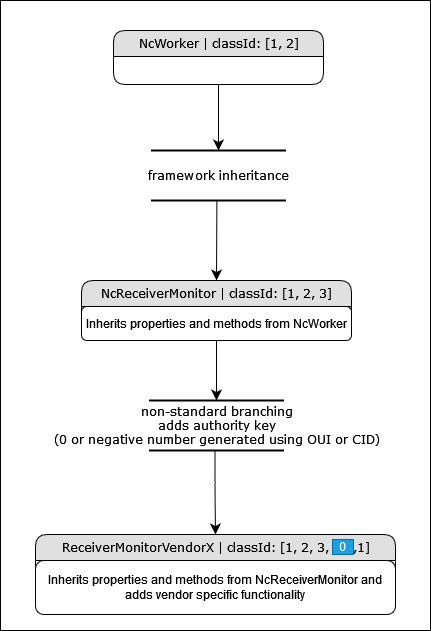
Before: docs/images/non-standard-branching.png, a diagram exported from draw.io (AMWA-TV/info-006). Source tidied: cells renumbered, new cells last; positions are measured from the earlier drawing's top-left corner, leaving out a move shared by most shapes.
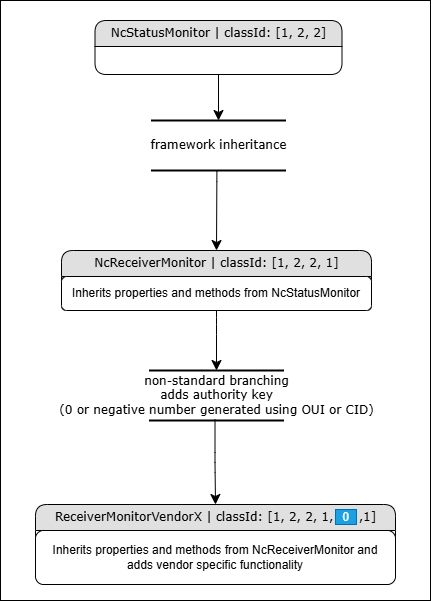
The same file after the commit.

Diff of the diagram source:
```diff
@@ -3,22 +3,22 @@
     <mxCell id="0" />
     <mxCell id="1" parent="0" />
     <mxCell id="2" style="rounded=0;whiteSpace=wrap;html=1;" parent="1" vertex="1">
-      <mxGeometry width="430" height="630" as="geometry" />
+      <mxGeometry width="430" height="600" as="geometry" />
     </mxCell>
-    <mxCell id="3" value="NcReceiverMonitor |&amp;nbsp;classId:  [1, 2, 3]" style="swimlane;html=1;fontStyle=0;horizontal=1;startSize=26;fillColor=#e0e0e0;swimlaneFillColor=#ffffff;align=center;rounded=1;shadow=0;comic=0;labelBackgroundColor=none;strokeWidth=1;fontFamily=Verdana;fontSize=12;" parent="1" vertex="1">
-      <mxGeometry x="81" y="280" width="270" height="60" as="geometry" />
+    <mxCell id="3" value="NcReceiverMonitor |&amp;nbsp;classId:  [1, 2, 2, 1]" style="swimlane;html=1;fontStyle=0;horizontal=1;startSize=26;fillColor=#e0e0e0;swimlaneFillColor=#ffffff;align=center;rounded=1;shadow=0;comic=0;labelBackgroundColor=none;strokeWidth=1;fontFamily=Verdana;fontSize=12;" parent="1" vertex="1">
+      <mxGeometry x="61" y="250" width="310" height="60" as="geometry" />
     </mxCell>
-    <mxCell id="4" value="Inherits properties and methods from NcWorker" style="rounded=1;whiteSpace=wrap;html=1;" parent="3" vertex="1">
-      <mxGeometry y="26" width="270" height="34" as="geometry" />
+    <mxCell id="4" value="Inherits properties and methods from NcStatusMonitor" style="rounded=1;whiteSpace=wrap;html=1;" parent="3" vertex="1">
+      <mxGeometry y="26" width="310" height="34" as="geometry" />
     </mxCell>
-    <mxCell id="5" value="ReceiverMonitorVendorX |&amp;nbsp;classId:   [1, 2, 3,&amp;nbsp;&amp;nbsp;&amp;nbsp;&amp;nbsp;&amp;nbsp; ,1]" style="swimlane;html=1;fontStyle=0;horizontal=1;startSize=26;fillColor=#e0e0e0;swimlaneFillColor=#ffffff;align=center;rounded=1;shadow=0;comic=0;labelBackgroundColor=none;strokeWidth=1;fontFamily=Verdana;fontSize=12;" parent="1" vertex="1">
-      <mxGeometry x="35" y="534" width="360" height="80" as="geometry" />
+    <mxCell id="5" value="ReceiverMonitorVendorX |&amp;nbsp;classId:   [1, 2, 2, 1,&amp;nbsp; &amp;nbsp; &amp;nbsp; ,1]" style="swimlane;html=1;fontStyle=0;horizontal=1;startSize=26;fillColor=#e0e0e0;swimlaneFillColor=#ffffff;align=center;rounded=1;shadow=0;comic=0;labelBackgroundColor=none;strokeWidth=1;fontFamily=Verdana;fontSize=12;" parent="1" vertex="1">
+      <mxGeometry x="35" y="504" width="360" height="80" as="geometry" />
     </mxCell>
     <mxCell id="6" value="&lt;div&gt;Inherits properties and methods from NcReceiverMonitor and&lt;/div&gt;&lt;div&gt;adds vendor specific functionality&lt;br&gt;&lt;/div&gt;" style="rounded=1;whiteSpace=wrap;html=1;" parent="5" vertex="1">
       <mxGeometry y="26" width="360" height="54" as="geometry" />
     </mxCell>
     <mxCell id="7" value="non-standard branching&lt;div&gt;adds authority key&lt;/div&gt;&lt;div&gt;(0 or negative number generated using OUI or CID)&lt;br&gt;&lt;/div&gt;" style="html=1;rounded=0;shadow=0;comic=0;labelBackgroundColor=none;strokeWidth=2;fontFamily=Verdana;fontSize=12;align=center;shape=mxgraph.ios7ui.horLines;" parent="1" vertex="1">
-      <mxGeometry x="148.5" y="400" width="135" height="50" as="geometry" />
+      <mxGeometry x="148.5" y="370" width="135" height="50" as="geometry" />
     </mxCell>
     <mxCell id="8" style="edgeStyle=orthogonalEdgeStyle;html=1;labelBackgroundColor=none;startFill=0;startSize=8;endFill=1;endSize=8;fontFamily=Verdana;fontSize=12;entryX=0.5;entryY=0;entryDx=0;entryDy=0;exitX=0.489;exitY=0.98;exitDx=0;exitDy=0;exitPerimeter=0;" parent="1" edge="1" source="7" target="5">
       <mxGeometry x="-0.13" y="32" relative="1" as="geometry" />
@@ -26,31 +26,31 @@
     <mxCell id="9" style="edgeStyle=orthogonalEdgeStyle;html=1;labelBackgroundColor=none;startFill=0;startSize=8;endFill=1;endSize=8;fontFamily=Verdana;fontSize=12;" parent="1" edge="1" source="3" target="7">
       <mxGeometry relative="1" as="geometry">
         <Array as="points">
-          <mxPoint x="216.5" y="354" />
+          <mxPoint x="216.5" y="324" />
         </Array>
       </mxGeometry>
     </mxCell>
     <mxCell id="10" value="0" style="rounded=0;whiteSpace=wrap;html=1;strokeColor=#006EAF;fillColor=#1ba1e2;fontColor=#ffffff;verticalAlign=bottom;horizontal=1;spacingTop=0;spacing=0;" parent="1" vertex="1">
-      <mxGeometry x="332" y="539" width="21" height="15" as="geometry" />
+      <mxGeometry x="335" y="509" width="21" height="15" as="geometry" />
     </mxCell>
-    <mxCell id="11" value="NcWorker | classId: [1, 2]" style="swimlane;html=1;fontStyle=0;horizontal=1;startSize=26;fillColor=#e0e0e0;swimlaneFillColor=#ffffff;align=center;rounded=1;shadow=0;comic=0;labelBackgroundColor=none;strokeWidth=1;fontFamily=Verdana;fontSize=12;" parent="1" vertex="1">
-      <mxGeometry x="113" y="30" width="210" height="54" as="geometry" />
+    <mxCell id="11" value="NcStatusMonitor | classId: [1, 2, 2]" style="swimlane;html=1;fontStyle=0;horizontal=1;startSize=26;fillColor=#e0e0e0;swimlaneFillColor=#ffffff;align=center;rounded=1;shadow=0;comic=0;labelBackgroundColor=none;strokeWidth=1;fontFamily=Verdana;fontSize=12;" parent="1" vertex="1">
+      <mxGeometry x="94.5" y="20" width="247" height="54" as="geometry" />
     </mxCell>
     <mxCell id="12" value="framework inheritance" style="html=1;rounded=0;shadow=0;comic=0;labelBackgroundColor=none;strokeWidth=2;fontFamily=Verdana;fontSize=12;align=center;shape=mxgraph.ios7ui.horLines;" parent="1" vertex="1">
-      <mxGeometry x="150.5" y="150" width="135" height="50" as="geometry" />
+      <mxGeometry x="150.5" y="120" width="135" height="50" as="geometry" />
     </mxCell>
     <mxCell id="13" style="edgeStyle=orthogonalEdgeStyle;html=1;labelBackgroundColor=none;startFill=0;startSize=8;endFill=1;endSize=8;fontFamily=Verdana;fontSize=12;" parent="1" edge="1" source="11" target="12">
       <mxGeometry relative="1" as="geometry">
         <Array as="points">
-          <mxPoint x="218.5" y="104" />
+          <mxPoint x="218.5" y="74" />
         </Array>
       </mxGeometry>
     </mxCell>
     <mxCell id="14" style="edgeStyle=orthogonalEdgeStyle;html=1;labelBackgroundColor=none;startFill=0;startSize=8;endFill=1;endSize=8;fontFamily=Verdana;fontSize=12;exitX=0.488;exitY=0.994;exitDx=0;exitDy=0;exitPerimeter=0;entryX=0.5;entryY=0;entryDx=0;entryDy=0;" parent="1" edge="1" source="12" target="3">
       <mxGeometry relative="1" as="geometry">
         <Array as="points">
-          <mxPoint x="216" y="201" />
-          <mxPoint x="216" y="201" />
+          <mxPoint x="216" y="171" />
+          <mxPoint x="216" y="171" />
         </Array>
       </mxGeometry>
     </mxCell>
```
